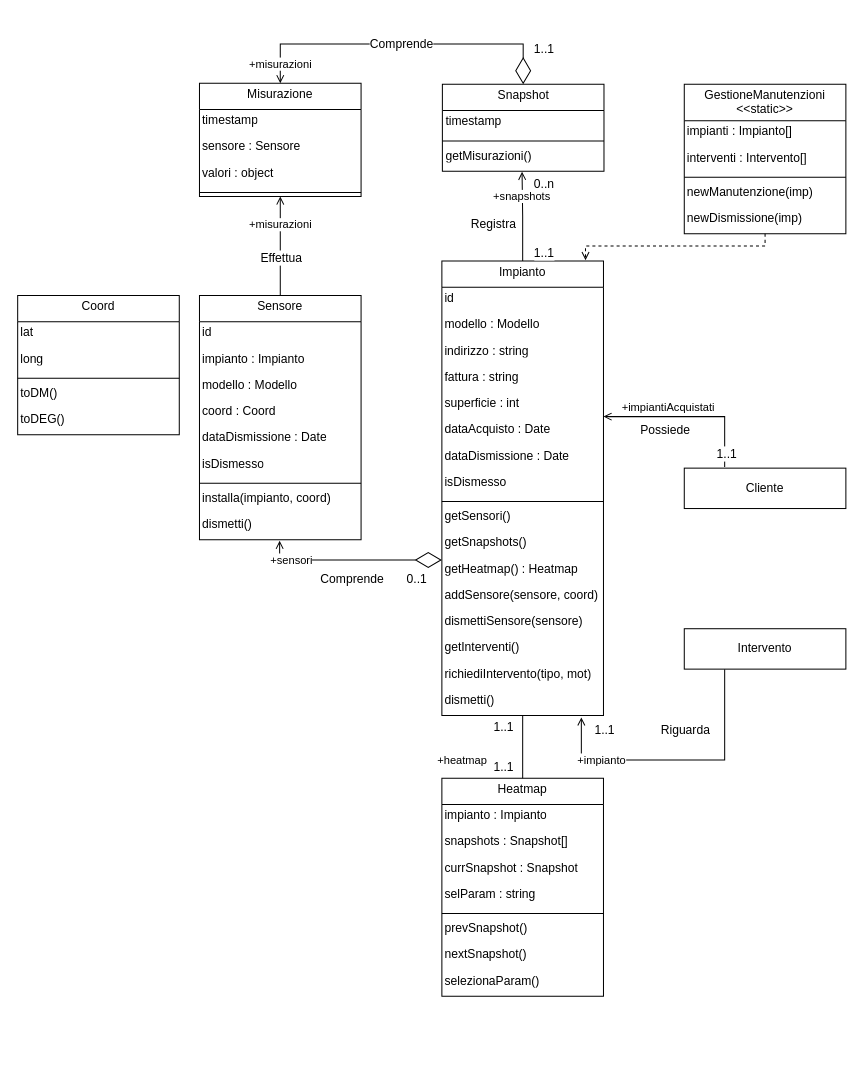
amanfucci/ardeeno-workondeliverables keeps this draw.io diagram as page "Impianto" (4 of 10) of deliverables/d3/.media/.drawio/classi.drawio. Above is the earlier version. Source tidied: cells renumbered, new cells numbered last; positions are measured from the earlier drawing's top-left corner, leaving out a move shared by most shapes. Both pictures are drawn from the tidied source at 101%, with x=0, y=0 at pixel (17, 83).
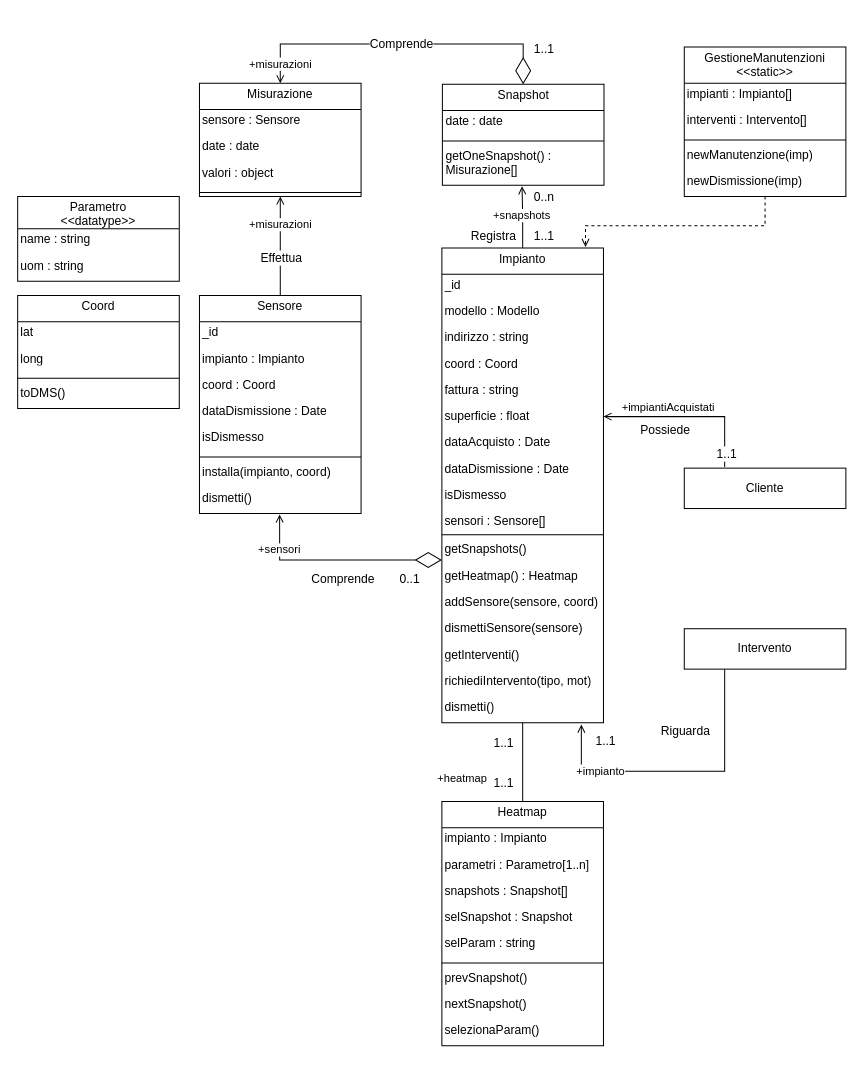
The same diagram, later.

Unchanged cells that the change refers to:
```xml
<mxCell id="2" value="Misurazione" style="swimlane;fontStyle=0;align=center;verticalAlign=top;horizontal=1;startSize=26;whiteSpace=wrap;spacing=-1;" parent="1" vertex="1">
  <mxGeometry x="180" width="160" height="112" as="geometry" />
</mxCell>
<mxCell id="72" value="+heatmap" style="edgeStyle=orthogonalEdgeStyle;rounded=0;jettySize=auto;html=1;endArrow=none;endFill=0;entryX=0.5;entryY=0;entryDx=0;entryDy=0;exitX=0.5;exitY=1;exitDx=0;exitDy=0;" parent="1" edge="1" source="43" target="10">
  <mxGeometry x="0.42" y="-60" relative="1" as="geometry" />
</mxCell>
<mxCell id="83" value="&lt;span style=&quot;font-style: normal;&quot;&gt;Intervento&lt;/span&gt;" style="rounded=0;whiteSpace=wrap;html=1;fillStyle=solid;fontFamily=Helvetica;fontSize=12;fontColor=#000000;fillColor=#FFFFFF;fontStyle=2;" parent="1" vertex="1">
  <mxGeometry x="660" y="540" width="160" height="40" as="geometry" />
</mxCell>
```

The edit, as a diff of the source:
```diff
@@
+    <mxCell id="4" value="sensore : Sensore" style="text;strokeColor=none;fillColor=none;align=left;verticalAlign=top;spacingLeft=4;spacingRight=4;overflow=hidden;fontStyle=0;whiteSpace=wrap;spacing=-1;" parent="2" vertex="1">
+      <mxGeometry y="26" width="160" height="26" as="geometry" />
+    </mxCell>
-    <mxCell id="3" value="timestamp" style="text;strokeColor=none;fillColor=none;align=left;verticalAlign=top;spacingLeft=4;spacingRight=4;overflow=hidden;fontStyle=0;whiteSpace=wrap;spacing=-1;" parent="2" vertex="1">
-      <mxGeometry y="26" width="160" height="26" as="geometry" />
+    <mxCell id="3" value="date : date" style="text;strokeColor=none;fillColor=none;align=left;verticalAlign=top;spacingLeft=4;spacingRight=4;overflow=hidden;fontStyle=0;whiteSpace=wrap;spacing=-1;" parent="2" vertex="1">
+      <mxGeometry y="52" width="160" height="26" as="geometry" />
     </mxCell>
-    <mxCell id="4" value="sensore : Sensore" style="text;strokeColor=none;fillColor=none;align=left;verticalAlign=top;spacingLeft=4;spacingRight=4;overflow=hidden;fontStyle=0;whiteSpace=wrap;spacing=-1;" parent="2" vertex="1">
-      <mxGeometry y="52" width="160" height="26" as="geometry" />
-    </mxCell>
@@
     <mxCell id="10" value="Heatmap" style="swimlane;fontStyle=0;align=center;verticalAlign=top;horizontal=1;startSize=26;whiteSpace=wrap;spacing=-1;" parent="1" vertex="1">
-      <mxGeometry x="420" y="688" width="160" height="216" as="geometry" />
+      <mxGeometry x="420" y="711" width="160" height="242" as="geometry" />
     </mxCell>
@@
+    <mxCell id="84" value="parametri : Parametro[1..n]" style="text;strokeColor=none;fillColor=none;align=left;verticalAlign=top;spacingLeft=4;spacingRight=4;overflow=hidden;fontStyle=0;whiteSpace=wrap;spacing=-1;" parent="10" vertex="1">
+      <mxGeometry y="52" width="160" height="26" as="geometry" />
+    </mxCell>
     <mxCell id="12" value="snapshots : Snapshot[]" style="text;strokeColor=none;fillColor=none;align=left;verticalAlign=top;spacingLeft=4;spacingRight=4;overflow=hidden;fontStyle=0;whiteSpace=wrap;spacing=-1;" parent="10" vertex="1">
-      <mxGeometry y="52" width="160" height="26" as="geometry" />
+      <mxGeometry y="78" width="160" height="26" as="geometry" />
     </mxCell>
-    <mxCell id="13" value="currSnapshot : Snapshot" style="text;strokeColor=none;fillColor=none;align=left;verticalAlign=top;spacingLeft=4;spacingRight=4;overflow=hidden;fontStyle=0;whiteSpace=wrap;spacing=-1;" parent="10" vertex="1">
-      <mxGeometry y="78" width="160" height="26" as="geometry" />
+    <mxCell id="13" value="selSnapshot : Snapshot" style="text;strokeColor=none;fillColor=none;align=left;verticalAlign=top;spacingLeft=4;spacingRight=4;overflow=hidden;fontStyle=0;whiteSpace=wrap;spacing=-1;" parent="10" vertex="1">
+      <mxGeometry y="104" width="160" height="26" as="geometry" />
     </mxCell>
     <mxCell id="14" value="selParam : string" style="text;strokeColor=none;fillColor=none;align=left;verticalAlign=top;spacingLeft=4;spacingRight=4;overflow=hidden;fontStyle=0;whiteSpace=wrap;spacing=-1;" parent="10" vertex="1">
-      <mxGeometry y="104" width="160" height="26" as="geometry" />
+      <mxGeometry y="130" width="160" height="26" as="geometry" />
     </mxCell>
     <mxCell id="15" style="line;strokeWidth=1;fillColor=none;align=left;verticalAlign=middle;spacingTop=-1;spacingLeft=3;spacingRight=3;labelPosition=right;strokeColor=inherit;fontStyle=0;whiteSpace=wrap;spacing=-1;" parent="10" vertex="1">
-      <mxGeometry y="130" width="160" height="8" as="geometry" />
+      <mxGeometry y="156" width="160" height="8" as="geometry" />
     </mxCell>
     <mxCell id="16" value="prevSnapshot()" style="text;strokeColor=none;fillColor=none;align=left;verticalAlign=top;spacingLeft=4;spacingRight=4;overflow=hidden;fontStyle=0;whiteSpace=wrap;spacing=-1;" parent="10" vertex="1">
-      <mxGeometry y="138" width="160" height="26" as="geometry" />
+      <mxGeometry y="164" width="160" height="26" as="geometry" />
     </mxCell>
     <mxCell id="17" value="nextSnapshot()" style="text;strokeColor=none;fillColor=none;align=left;verticalAlign=top;spacingLeft=4;spacingRight=4;overflow=hidden;fontStyle=0;whiteSpace=wrap;spacing=-1;" parent="10" vertex="1">
-      <mxGeometry y="164" width="160" height="26" as="geometry" />
+      <mxGeometry y="190" width="160" height="26" as="geometry" />
     </mxCell>
     <mxCell id="18" value="selezionaParam()" style="text;strokeColor=none;fillColor=none;align=left;verticalAlign=top;spacingLeft=4;spacingRight=4;overflow=hidden;fontStyle=0;whiteSpace=wrap;spacing=-1;" parent="10" vertex="1">
-      <mxGeometry y="190" width="160" height="26" as="geometry" />
+      <mxGeometry y="216" width="160" height="26" as="geometry" />
     </mxCell>
@@
     <mxCell id="24" value="Sensore" style="swimlane;fontStyle=0;align=center;verticalAlign=top;horizontal=1;startSize=26;whiteSpace=wrap;spacing=-1;" parent="1" vertex="1">
-      <mxGeometry x="180" y="210" width="160" height="242" as="geometry" />
+      <mxGeometry x="180" y="210" width="160" height="216" as="geometry" />
     </mxCell>
-    <mxCell id="25" value="id" style="text;strokeColor=none;fillColor=none;align=left;verticalAlign=top;spacingLeft=4;spacingRight=4;overflow=hidden;fontStyle=0;whiteSpace=wrap;spacing=-1;" parent="24" vertex="1">
+    <mxCell id="25" value="_id" style="text;strokeColor=none;fillColor=none;align=left;verticalAlign=top;spacingLeft=4;spacingRight=4;overflow=hidden;fontStyle=0;whiteSpace=wrap;spacing=-1;" parent="24" vertex="1">
       <mxGeometry y="26" width="160" height="26" as="geometry" />
     </mxCell>
@@
-    <mxCell id="27" value="modello : Modello" style="text;strokeColor=none;fillColor=none;align=left;verticalAlign=top;spacingLeft=4;spacingRight=4;overflow=hidden;fontStyle=0;whiteSpace=wrap;spacing=-1;" parent="24" vertex="1">
-      <mxGeometry y="78" width="160" height="26" as="geometry" />
-    </mxCell>
     <mxCell id="28" value="coord : Coord" style="text;strokeColor=none;fillColor=none;align=left;verticalAlign=top;spacingLeft=4;spacingRight=4;overflow=hidden;fontStyle=0;whiteSpace=wrap;spacing=-1;" parent="24" vertex="1">
-      <mxGeometry y="104" width="160" height="26" as="geometry" />
+      <mxGeometry y="78" width="160" height="26" as="geometry" />
     </mxCell>
     <mxCell id="29" value="dataDismissione : Date" style="text;strokeColor=none;fillColor=none;align=left;verticalAlign=top;spacingLeft=4;spacingRight=4;overflow=hidden;fontStyle=0;whiteSpace=wrap;spacing=-1;" parent="24" vertex="1">
-      <mxGeometry y="130" width="160" height="26" as="geometry" />
+      <mxGeometry y="104" width="160" height="26" as="geometry" />
     </mxCell>
     <mxCell id="30" value="isDismesso" style="text;strokeColor=none;fillColor=none;align=left;verticalAlign=top;spacingLeft=4;spacingRight=4;overflow=hidden;fontStyle=0;whiteSpace=wrap;spacing=-1;" parent="24" vertex="1">
-      <mxGeometry y="156" width="160" height="26" as="geometry" />
+      <mxGeometry y="130" width="160" height="26" as="geometry" />
     </mxCell>
     <mxCell id="31" style="line;strokeWidth=1;fillColor=none;align=left;verticalAlign=middle;spacingTop=-1;spacingLeft=3;spacingRight=3;labelPosition=right;strokeColor=inherit;fontStyle=0;whiteSpace=wrap;spacing=-1;" parent="24" vertex="1">
-      <mxGeometry y="182" width="160" height="8" as="geometry" />
+      <mxGeometry y="156" width="160" height="8" as="geometry" />
     </mxCell>
     <mxCell id="32" value="installa(impianto, coord)" style="text;strokeColor=none;fillColor=none;align=left;verticalAlign=top;spacingLeft=4;spacingRight=4;overflow=hidden;fontStyle=0;whiteSpace=wrap;spacing=-1;" parent="24" vertex="1">
-      <mxGeometry y="190" width="160" height="26" as="geometry" />
+      <mxGeometry y="164" width="160" height="26" as="geometry" />
     </mxCell>
     <mxCell id="33" value="dismetti()" style="text;strokeColor=none;fillColor=none;align=left;verticalAlign=top;spacingLeft=4;spacingRight=4;overflow=hidden;points=[[0,0.5],[1,0.5]];portConstraint=eastwest;fontStyle=0;whiteSpace=wrap;spacing=-1;" parent="24" vertex="1">
-      <mxGeometry y="216" width="160" height="26" as="geometry" />
+      <mxGeometry y="190" width="160" height="26" as="geometry" />
     </mxCell>
     <mxCell id="34" value="Coord" style="swimlane;fontStyle=0;align=center;verticalAlign=top;horizontal=1;startSize=26;whiteSpace=wrap;spacing=-1;" parent="1" vertex="1">
-      <mxGeometry y="210" width="160" height="138" as="geometry" />
+      <mxGeometry y="210" width="160" height="112" as="geometry" />
     </mxCell>
@@
-    <mxCell id="38" value="toDM()" style="text;strokeColor=none;fillColor=none;align=left;verticalAlign=top;spacingLeft=4;spacingRight=4;overflow=hidden;fontStyle=0;whiteSpace=wrap;spacing=-1;" parent="34" vertex="1">
+    <mxCell id="38" value="toDMS()" style="text;strokeColor=none;fillColor=none;align=left;verticalAlign=top;spacingLeft=4;spacingRight=4;overflow=hidden;fontStyle=0;whiteSpace=wrap;spacing=-1;" parent="34" vertex="1">
       <mxGeometry y="86" width="160" height="26" as="geometry" />
     </mxCell>
-    <mxCell id="39" value="toDEG()" style="text;strokeColor=none;fillColor=none;align=left;verticalAlign=top;spacingLeft=4;spacingRight=4;overflow=hidden;fontStyle=0;whiteSpace=wrap;spacing=-1;" parent="34" vertex="1">
-      <mxGeometry y="112" width="160" height="26" as="geometry" />
-    </mxCell>
     <mxCell id="40" value="+impianto" style="edgeStyle=orthogonalEdgeStyle;rounded=0;jettySize=auto;html=1;endArrow=open;endFill=0;entryX=0.863;entryY=1.069;entryDx=0;entryDy=0;entryPerimeter=0;exitX=0.25;exitY=1;exitDx=0;exitDy=0;" parent="1" edge="1" source="83" target="60">
       <mxGeometry x="0.55" relative="1" as="geometry">
         <Array as="points">
-          <mxPoint x="700" y="670" />
-          <mxPoint x="558" y="670" />
+          <mxPoint x="700" y="681" />
+          <mxPoint x="558" y="681" />
         </Array>
       </mxGeometry>
     </mxCell>
@@
     <mxCell id="43" value="Impianto" style="swimlane;fontStyle=0;align=center;verticalAlign=top;horizontal=1;startSize=26;whiteSpace=wrap;spacing=-1;" parent="1" vertex="1">
-      <mxGeometry x="420" y="176" width="160" height="450" as="geometry" />
+      <mxGeometry x="420" y="163" width="160" height="470" as="geometry" />
     </mxCell>
-    <mxCell id="44" value="id" style="text;strokeColor=none;fillColor=none;align=left;verticalAlign=top;spacingLeft=4;spacingRight=4;overflow=hidden;fontStyle=0;whiteSpace=wrap;spacing=-1;" parent="43" vertex="1">
+    <mxCell id="44" value="_id" style="text;strokeColor=none;fillColor=none;align=left;verticalAlign=top;spacingLeft=4;spacingRight=4;overflow=hidden;fontStyle=0;whiteSpace=wrap;spacing=-1;" parent="43" vertex="1">
       <mxGeometry y="26" width="160" height="26" as="geometry" />
     </mxCell>
@@
+    <mxCell id="85" value="coord : Coord" style="text;strokeColor=none;fillColor=none;align=left;verticalAlign=top;spacingLeft=4;spacingRight=4;overflow=hidden;fontStyle=0;whiteSpace=wrap;spacing=-1;" parent="43" vertex="1">
+      <mxGeometry y="104" width="160" height="26" as="geometry" />
+    </mxCell>
     <mxCell id="47" value="fattura : string" style="text;strokeColor=none;fillColor=none;align=left;verticalAlign=top;spacingLeft=4;spacingRight=4;overflow=hidden;fontStyle=0;whiteSpace=wrap;spacing=-1;" parent="43" vertex="1">
-      <mxGeometry y="104" width="160" height="26" as="geometry" />
+      <mxGeometry y="130" width="160" height="26" as="geometry" />
     </mxCell>
-    <mxCell id="48" value="superficie : int" style="text;strokeColor=none;fillColor=none;align=left;verticalAlign=top;spacingLeft=4;spacingRight=4;overflow=hidden;fontStyle=0;whiteSpace=wrap;spacing=-1;" parent="43" vertex="1">
-      <mxGeometry y="130" width="160" height="26" as="geometry" />
+    <mxCell id="48" value="superficie : float" style="text;strokeColor=none;fillColor=none;align=left;verticalAlign=top;spacingLeft=4;spacingRight=4;overflow=hidden;fontStyle=0;whiteSpace=wrap;spacing=-1;" parent="43" vertex="1">
+      <mxGeometry y="156" width="160" height="26" as="geometry" />
     </mxCell>
     <mxCell id="49" value="dataAcquisto : Date" style="text;strokeColor=none;fillColor=none;align=left;verticalAlign=top;spacingLeft=4;spacingRight=4;overflow=hidden;fontStyle=0;whiteSpace=wrap;spacing=-1;" parent="43" vertex="1">
-      <mxGeometry y="156" width="160" height="26" as="geometry" />
+      <mxGeometry y="182" width="160" height="26" as="geometry" />
     </mxCell>
     <mxCell id="50" value="dataDismissione : Date" style="text;strokeColor=none;fillColor=none;align=left;verticalAlign=top;spacingLeft=4;spacingRight=4;overflow=hidden;fontStyle=0;whiteSpace=wrap;spacing=-1;" parent="43" vertex="1">
-      <mxGeometry y="182" width="160" height="26" as="geometry" />
+      <mxGeometry y="208" width="160" height="26" as="geometry" />
     </mxCell>
     <mxCell id="51" value="isDismesso" style="text;strokeColor=none;fillColor=none;align=left;verticalAlign=top;spacingLeft=4;spacingRight=4;overflow=hidden;fontStyle=0;whiteSpace=wrap;spacing=-1;" parent="43" vertex="1">
-      <mxGeometry y="208" width="160" height="26" as="geometry" />
+      <mxGeometry y="234" width="160" height="26" as="geometry" />
     </mxCell>
+    <mxCell id="86" value="sensori : Sensore[]" style="text;strokeColor=none;fillColor=none;align=left;verticalAlign=top;spacingLeft=4;spacingRight=4;overflow=hidden;fontStyle=0;whiteSpace=wrap;spacing=-1;" parent="43" vertex="1">
+      <mxGeometry y="260" width="160" height="20" as="geometry" />
+    </mxCell>
     <mxCell id="52" style="line;strokeWidth=1;fillColor=none;align=left;verticalAlign=middle;spacingTop=-1;spacingLeft=3;spacingRight=3;labelPosition=right;strokeColor=inherit;fontStyle=0;whiteSpace=wrap;spacing=-1;" parent="43" vertex="1">
-      <mxGeometry y="234" width="160" height="8" as="geometry" />
+      <mxGeometry y="280" width="160" height="8" as="geometry" />
     </mxCell>
-    <mxCell id="53" value="getSensori()" style="text;strokeColor=none;fillColor=none;align=left;verticalAlign=top;spacingLeft=4;spacingRight=4;overflow=hidden;fontStyle=0;whiteSpace=wrap;spacing=-1;" parent="43" vertex="1">
-      <mxGeometry y="242" width="160" height="26" as="geometry" />
-    </mxCell>
     <mxCell id="54" value="getSnapshots()" style="text;strokeColor=none;fillColor=none;align=left;verticalAlign=top;spacingLeft=4;spacingRight=4;overflow=hidden;fontStyle=0;whiteSpace=wrap;spacing=-1;" parent="43" vertex="1">
-      <mxGeometry y="268" width="160" height="26" as="geometry" />
+      <mxGeometry y="288" width="160" height="26" as="geometry" />
     </mxCell>
     <mxCell id="55" value="getHeatmap() : Heatmap" style="text;strokeColor=none;fillColor=none;align=left;verticalAlign=top;spacingLeft=4;spacingRight=4;overflow=hidden;fontStyle=0;whiteSpace=wrap;spacing=-1;" parent="43" vertex="1">
-      <mxGeometry y="294" width="160" height="26" as="geometry" />
+      <mxGeometry y="314" width="160" height="26" as="geometry" />
     </mxCell>
     <mxCell id="56" value="addSensore(sensore, coord)" style="text;strokeColor=none;fillColor=none;align=left;verticalAlign=top;spacingLeft=4;spacingRight=4;overflow=hidden;fontStyle=0;whiteSpace=wrap;spacing=-1;" parent="43" vertex="1">
-      <mxGeometry y="320" width="160" height="26" as="geometry" />
+      <mxGeometry y="340" width="160" height="26" as="geometry" />
     </mxCell>
     <mxCell id="57" value="dismettiSensore(sensore)" style="text;strokeColor=none;fillColor=none;align=left;verticalAlign=top;spacingLeft=4;spacingRight=4;overflow=hidden;fontStyle=0;whiteSpace=wrap;spacing=-1;" parent="43" vertex="1">
-      <mxGeometry y="346" width="160" height="26" as="geometry" />
+      <mxGeometry y="366" width="160" height="26" as="geometry" />
     </mxCell>
     <mxCell id="58" value="getInterventi()" style="text;strokeColor=none;fillColor=none;align=left;verticalAlign=top;spacingLeft=4;spacingRight=4;overflow=hidden;fontStyle=0;whiteSpace=wrap;spacing=-1;" parent="43" vertex="1">
-      <mxGeometry y="372" width="160" height="26" as="geometry" />
+      <mxGeometry y="392" width="160" height="26" as="geometry" />
     </mxCell>
     <mxCell id="59" value="richiediIntervento(tipo, mot)" style="text;strokeColor=none;fillColor=none;align=left;verticalAlign=top;spacingLeft=4;spacingRight=4;overflow=hidden;fontStyle=0;whiteSpace=wrap;spacing=-1;" parent="43" vertex="1">
-      <mxGeometry y="398" width="160" height="26" as="geometry" />
+      <mxGeometry y="418" width="160" height="26" as="geometry" />
     </mxCell>
     <mxCell id="60" value="dismetti()" style="text;strokeColor=none;fillColor=none;align=left;verticalAlign=top;spacingLeft=4;spacingRight=4;overflow=hidden;points=[[0,0.5],[1,0.5]];portConstraint=eastwest;fontStyle=0;whiteSpace=wrap;spacing=-1;" parent="43" vertex="1">
-      <mxGeometry y="424" width="160" height="26" as="geometry" />
+      <mxGeometry y="444" width="160" height="26" as="geometry" />
     </mxCell>
@@
     <mxCell id="64" value="Snapshot" style="swimlane;fontStyle=0;align=center;verticalAlign=top;horizontal=1;startSize=26;whiteSpace=wrap;spacing=-1;" parent="1" vertex="1">
-      <mxGeometry x="420.5" y="1" width="160" height="86" as="geometry" />
+      <mxGeometry x="420.5" y="1" width="160" height="100" as="geometry" />
     </mxCell>
-    <mxCell id="65" value="timestamp" style="text;strokeColor=none;fillColor=none;align=left;verticalAlign=top;spacingLeft=4;spacingRight=4;overflow=hidden;fontStyle=0;whiteSpace=wrap;spacing=-1;" parent="64" vertex="1">
+    <mxCell id="65" value="date : date" style="text;strokeColor=none;fillColor=none;align=left;verticalAlign=top;spacingLeft=4;spacingRight=4;overflow=hidden;fontStyle=0;whiteSpace=wrap;spacing=-1;" parent="64" vertex="1">
       <mxGeometry y="26" width="160" height="26" as="geometry" />
     </mxCell>
@@
-    <mxCell id="67" value="getMisurazioni()" style="text;strokeColor=none;fillColor=none;align=left;verticalAlign=top;spacingLeft=4;spacingRight=4;overflow=hidden;points=[[0,0.5],[1,0.5]];portConstraint=eastwest;fontStyle=0;whiteSpace=wrap;spacing=-1;" parent="64" vertex="1">
-      <mxGeometry y="60" width="160" height="26" as="geometry" />
+    <mxCell id="67" value="getOneSnapshot() : Misurazione[]" style="text;strokeColor=none;fillColor=none;align=left;verticalAlign=top;spacingLeft=4;spacingRight=4;overflow=hidden;points=[[0,0.5],[1,0.5]];portConstraint=eastwest;fontStyle=0;whiteSpace=wrap;spacing=-1;" parent="64" vertex="1">
+      <mxGeometry y="60" width="160" height="40" as="geometry" />
     </mxCell>
     <mxCell id="68" value="+snapshots" style="edgeStyle=orthogonalEdgeStyle;rounded=0;jettySize=auto;html=1;entryX=0.493;entryY=1.02;entryDx=0;entryDy=0;startArrow=none;startFill=0;endArrow=open;endFill=0;entryPerimeter=0;exitX=0.5;exitY=0;exitDx=0;exitDy=0;" parent="1" edge="1" source="43" target="67">
-      <mxGeometry x="0.47" relative="1" as="geometry" />
+      <mxGeometry x="0.06" relative="1" as="geometry" />
     </mxCell>
     <mxCell id="69" value="1..1" style="edgeLabel;html=1;align=center;verticalAlign=middle;fontSize=12;fontFamily=Helvetica;fontColor=default;" parent="68" vertex="1">
       <mxGeometry x="-0.79" y="1" relative="1" as="geometry">
-        <mxPoint x="21" as="offset" />
+        <mxPoint x="21" y="-6" as="offset" />
       </mxGeometry>
     </mxCell>
     <mxCell id="70" value="0..n" style="edgeLabel;html=1;align=center;verticalAlign=middle;fontSize=12;fontFamily=Helvetica;fontColor=default;" parent="68" vertex="1">
       <mxGeometry x="-0.67" relative="1" as="geometry">
-        <mxPoint x="20" y="-62" as="offset" />
+        <mxPoint x="20" y="-41" as="offset" />
       </mxGeometry>
     </mxCell>
     <mxCell id="71" value="Registra" style="edgeLabel;html=1;align=center;verticalAlign=middle;fontSize=12;fontFamily=Helvetica;fontColor=default;" parent="68" vertex="1">
       <mxGeometry x="-0.16" y="1" relative="1" as="geometry">
-        <mxPoint x="-29" as="offset" />
+        <mxPoint x="-29" y="14" as="offset" />
       </mxGeometry>
     </mxCell>
@@
     <mxCell id="73" value="1..1" style="edgeLabel;html=1;align=center;verticalAlign=middle;fontSize=12;fontFamily=Helvetica;fontColor=default;" parent="72" vertex="1">
       <mxGeometry x="0.4" y="-1" relative="1" as="geometry">
-        <mxPoint x="-19" y="7" as="offset" />
+        <mxPoint x="-19" y="4" as="offset" />
       </mxGeometry>
     </mxCell>
     <mxCell id="74" value="1..1" style="edgeLabel;html=1;align=center;verticalAlign=middle;fontSize=12;fontFamily=Helvetica;fontColor=default;" parent="72" vertex="1">
       <mxGeometry x="-0.26" y="-1" relative="1" as="geometry">
-        <mxPoint x="-19" y="-12" as="offset" />
+        <mxPoint x="-19" y="-9" as="offset" />
       </mxGeometry>
     </mxCell>
     <mxCell id="75" style="edgeStyle=orthogonalEdgeStyle;shape=connector;rounded=0;jettySize=auto;html=1;entryX=0.889;entryY=-0.002;entryDx=0;entryDy=0;entryPerimeter=0;dashed=1;labelBackgroundColor=default;strokeColor=default;fontFamily=Helvetica;fontSize=11;fontColor=default;startArrow=none;startFill=0;endArrow=open;endFill=0;" parent="1" edge="1" source="76" target="43">
       <mxGeometry relative="1" as="geometry">
         <Array as="points">
-          <mxPoint x="740" y="161" />
-          <mxPoint x="562" y="161" />
+          <mxPoint x="740" y="141" />
+          <mxPoint x="562" y="141" />
         </Array>
       </mxGeometry>
     </mxCell>
     <mxCell id="76" value="GestioneManutenzioni&#10;&lt;&lt;static&gt;&gt;" style="swimlane;fontStyle=0;align=center;verticalAlign=top;horizontal=1;startSize=36;whiteSpace=wrap;spacing=-1;" parent="1" vertex="1">
-      <mxGeometry x="660" y="1" width="160" height="148" as="geometry" />
+      <mxGeometry x="660" y="-36" width="160" height="148" as="geometry" />
     </mxCell>
@@
+    <mxCell id="87" value="Parametro&#10;&lt;&lt;datatype&gt;&gt;" style="swimlane;fontStyle=0;align=center;verticalAlign=top;horizontal=1;startSize=32;whiteSpace=wrap;spacing=-1;" parent="1" vertex="1">
+      <mxGeometry y="112" width="160" height="84" as="geometry" />
+    </mxCell>
+    <mxCell id="88" value="name : string" style="text;strokeColor=none;fillColor=none;align=left;verticalAlign=top;spacingLeft=4;spacingRight=4;overflow=hidden;fontStyle=0;whiteSpace=wrap;spacing=-1;" parent="87" vertex="1">
+      <mxGeometry y="32" width="160" height="26" as="geometry" />
+    </mxCell>
+    <mxCell id="89" value="uom : string" style="text;strokeColor=none;fillColor=none;align=left;verticalAlign=top;spacingLeft=4;spacingRight=4;overflow=hidden;fontStyle=0;whiteSpace=wrap;spacing=-1;" parent="87" vertex="1">
+      <mxGeometry y="58" width="160" height="26" as="geometry" />
+    </mxCell>
```
